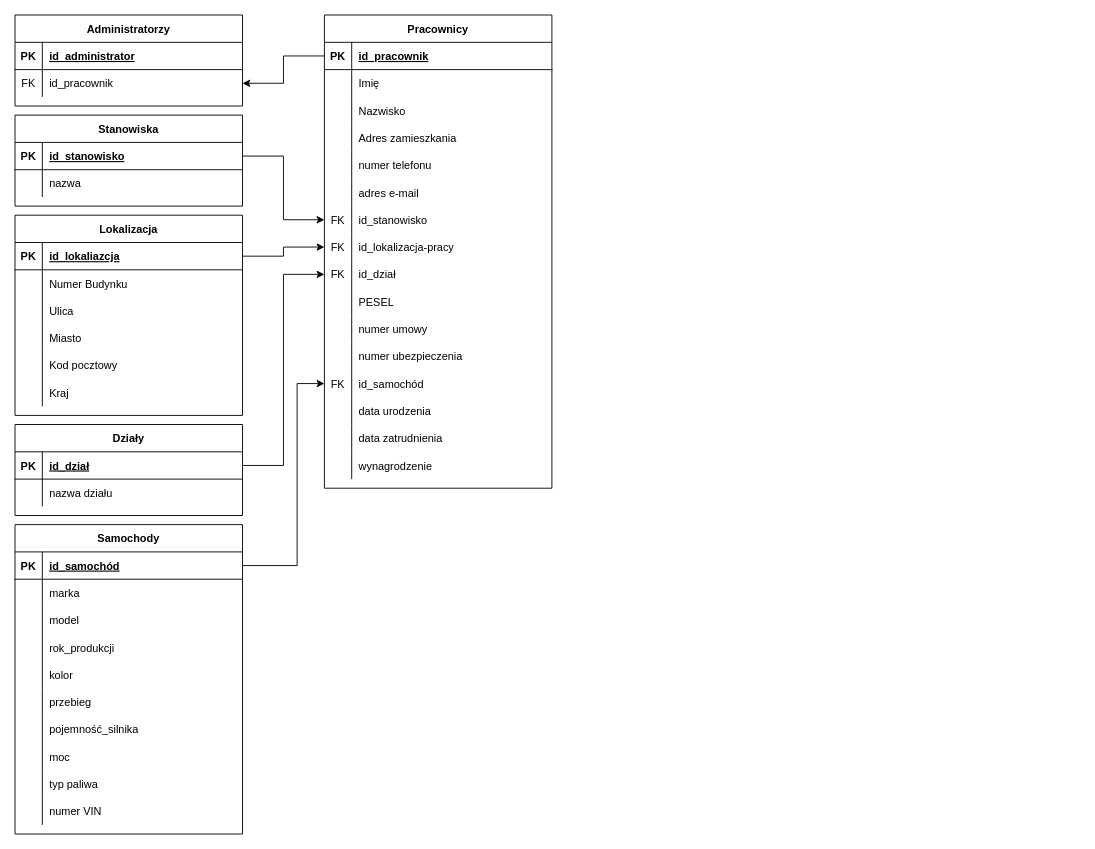
Above: SecurIT.drawio in mostekd/secur-it (draw.io), before the change. Source tidied: cells renumbered, new cells numbered last; positions are measured from the earlier drawing's top-left corner, leaving out a move shared by most shapes. Both pictures are drawn from the tidied source at 91%, with x=0, y=0 at pixel (15, 15).
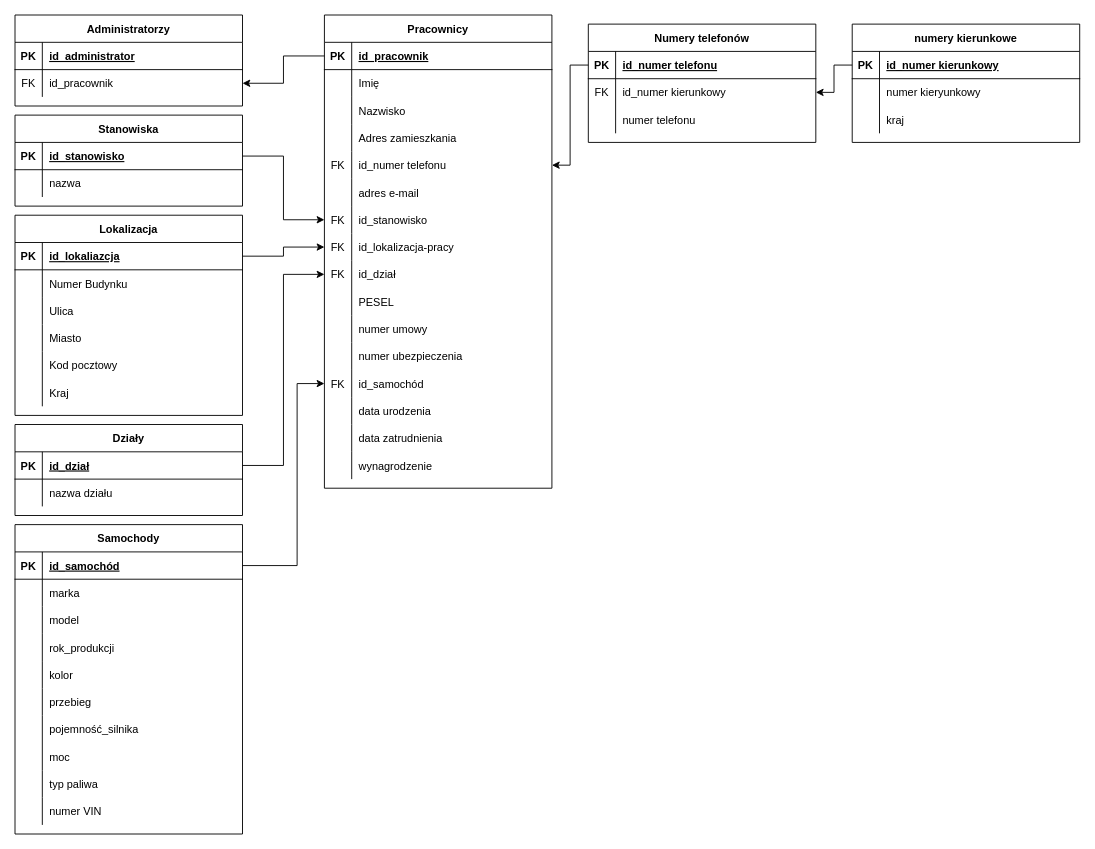
After the change.

The change refers to these unchanged cells:
```xml
<mxCell id="22" style="shape=partialRectangle;fillColor=none;points=[[0,0.5],[1,0.5]];portConstraint=eastwest;top=0;left=0;right=0;bottom=0;" parent="9" vertex="1">
  <mxGeometry y="150" width="250" height="30" as="geometry" />
</mxCell>
```

Change to the diagram source:
```diff
@@
-    <mxCell id="23" style="shape=partialRectangle;overflow=hidden;fillColor=none;top=0;left=0;bottom=0;right=0;" parent="22" vertex="1">
+    <mxCell id="23" value="FK" style="shape=partialRectangle;overflow=hidden;fillColor=none;top=0;left=0;bottom=0;right=0;" parent="22" vertex="1">
       <mxGeometry width="30" height="30" as="geometry" />
     </mxCell>
-    <mxCell id="24" value="numer telefonu" style="shape=partialRectangle;overflow=hidden;fillColor=none;top=0;left=0;bottom=0;right=0;align=left;spacingLeft=6;" parent="22" vertex="1">
+    <mxCell id="24" value="id_numer telefonu" style="shape=partialRectangle;overflow=hidden;fillColor=none;top=0;left=0;bottom=0;right=0;align=left;spacingLeft=6;" parent="22" vertex="1">
       <mxGeometry x="30" width="220" height="30" as="geometry" />
     </mxCell>
@@
+    <mxCell id="127" value="Numery telefonów" style="shape=table;startSize=30;childLayout=tableLayout;rowLines=0;fontStyle=1;align=center;" parent="1" vertex="1">
+      <mxGeometry x="630" y="10" width="250" height="130" as="geometry" />
+    </mxCell>
+    <mxCell id="128" style="shape=partialRectangle;fillColor=none;points=[[0,0.5],[1,0.5]];portConstraint=eastwest;top=0;left=0;right=0;bottom=1;" parent="127" vertex="1">
+      <mxGeometry y="30" width="250" height="30" as="geometry" />
+    </mxCell>
+    <mxCell id="129" value="PK" style="shape=partialRectangle;overflow=hidden;fillColor=none;top=0;left=0;bottom=0;right=0;fontStyle=1;" parent="128" vertex="1">
+      <mxGeometry width="30" height="30" as="geometry" />
+    </mxCell>
+    <mxCell id="130" value="id_numer telefonu" style="shape=partialRectangle;overflow=hidden;fillColor=none;top=0;left=0;bottom=0;right=0;align=left;spacingLeft=6;fontStyle=5;" parent="128" vertex="1">
+      <mxGeometry x="30" width="220" height="30" as="geometry" />
+    </mxCell>
+    <mxCell id="131" style="shape=partialRectangle;fillColor=none;points=[[0,0.5],[1,0.5]];portConstraint=eastwest;top=0;left=0;right=0;bottom=0;" parent="127" vertex="1">
+      <mxGeometry y="60" width="250" height="30" as="geometry" />
+    </mxCell>
+    <mxCell id="132" value="FK" style="shape=partialRectangle;overflow=hidden;fillColor=none;top=0;left=0;bottom=0;right=0;" parent="131" vertex="1">
+      <mxGeometry width="30" height="30" as="geometry" />
+    </mxCell>
+    <mxCell id="133" value="id_numer kierunkowy" style="shape=partialRectangle;overflow=hidden;fillColor=none;top=0;left=0;bottom=0;right=0;align=left;spacingLeft=6;" parent="131" vertex="1">
+      <mxGeometry x="30" width="220" height="30" as="geometry" />
+    </mxCell>
+    <mxCell id="134" style="shape=partialRectangle;fillColor=none;top=0;left=0;right=0;bottom=0;" parent="127" vertex="1">
+      <mxGeometry y="90" width="250" height="30" as="geometry" />
+    </mxCell>
+    <mxCell id="135" style="shape=partialRectangle;overflow=hidden;fillColor=none;top=0;left=0;bottom=0;right=0;" parent="134" vertex="1">
+      <mxGeometry width="30" height="30" as="geometry" />
+    </mxCell>
+    <mxCell id="136" value="numer telefonu" style="shape=partialRectangle;overflow=hidden;fillColor=none;top=0;left=0;bottom=0;right=0;align=left;spacingLeft=6;" parent="134" vertex="1">
+      <mxGeometry x="30" width="220" height="30" as="geometry" />
+    </mxCell>
+    <mxCell id="137" style="edgeStyle=orthogonalEdgeStyle;rounded=0;jettySize=auto;html=1;exitX=0;exitY=0.5;exitDx=0;exitDy=0;" parent="1" edge="1" source="128" target="22">
+      <mxGeometry relative="1" as="geometry" />
+    </mxCell>
+    <mxCell id="138" value="numery kierunkowe" style="shape=table;startSize=30;childLayout=tableLayout;rowLines=0;fontStyle=1;align=center;" parent="1" vertex="1">
+      <mxGeometry x="920" y="10" width="250" height="130" as="geometry" />
+    </mxCell>
+    <mxCell id="139" style="shape=partialRectangle;fillColor=none;points=[[0,0.5],[1,0.5]];portConstraint=eastwest;top=0;left=0;right=0;bottom=1;" parent="138" vertex="1">
+      <mxGeometry y="30" width="250" height="30" as="geometry" />
+    </mxCell>
+    <mxCell id="140" value="PK" style="shape=partialRectangle;overflow=hidden;fillColor=none;top=0;left=0;bottom=0;right=0;fontStyle=1;" parent="139" vertex="1">
+      <mxGeometry width="30" height="30" as="geometry" />
+    </mxCell>
+    <mxCell id="141" value="id_numer kierunkowy" style="shape=partialRectangle;overflow=hidden;fillColor=none;top=0;left=0;bottom=0;right=0;align=left;spacingLeft=6;fontStyle=5;" parent="139" vertex="1">
+      <mxGeometry x="30" width="220" height="30" as="geometry" />
+    </mxCell>
+    <mxCell id="142" style="shape=partialRectangle;fillColor=none;top=0;left=0;right=0;bottom=0;" parent="138" vertex="1">
+      <mxGeometry y="60" width="250" height="30" as="geometry" />
+    </mxCell>
+    <mxCell id="143" style="shape=partialRectangle;overflow=hidden;fillColor=none;top=0;left=0;bottom=0;right=0;" parent="142" vertex="1">
+      <mxGeometry width="30" height="30" as="geometry" />
+    </mxCell>
+    <mxCell id="144" value="numer kieryunkowy" style="shape=partialRectangle;overflow=hidden;fillColor=none;top=0;left=0;bottom=0;right=0;align=left;spacingLeft=6;" parent="142" vertex="1">
+      <mxGeometry x="30" width="220" height="30" as="geometry" />
+    </mxCell>
+    <mxCell id="145" style="shape=partialRectangle;fillColor=none;top=0;left=0;right=0;bottom=0;" parent="138" vertex="1">
+      <mxGeometry y="90" width="250" height="30" as="geometry" />
+    </mxCell>
+    <mxCell id="146" style="shape=partialRectangle;overflow=hidden;fillColor=none;top=0;left=0;bottom=0;right=0;" parent="145" vertex="1">
+      <mxGeometry width="30" height="30" as="geometry" />
+    </mxCell>
+    <mxCell id="147" value="kraj" style="shape=partialRectangle;overflow=hidden;fillColor=none;top=0;left=0;bottom=0;right=0;align=left;spacingLeft=6;" parent="145" vertex="1">
+      <mxGeometry x="30" width="220" height="30" as="geometry" />
+    </mxCell>
+    <mxCell id="148" style="edgeStyle=orthogonalEdgeStyle;rounded=0;jettySize=auto;html=1;exitX=0;exitY=0.5;exitDx=0;exitDy=0;entryX=1;entryY=0.5;entryDx=0;entryDy=0;" parent="1" edge="1" source="139" target="131">
+      <mxGeometry relative="1" as="geometry" />
+    </mxCell>
```
